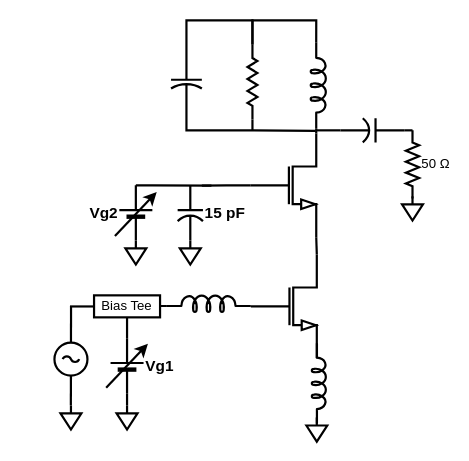
Before: LNA.drawio in vik-s/rftools, a draw.io diagram. Source tidied: cells renumbered, new cells numbered last; positions are measured from the earlier drawing's top-left corner, leaving out a move shared by most shapes. Both pictures are drawn from the tidied source at 110%, with x=0, y=0 at pixel (54, 20).
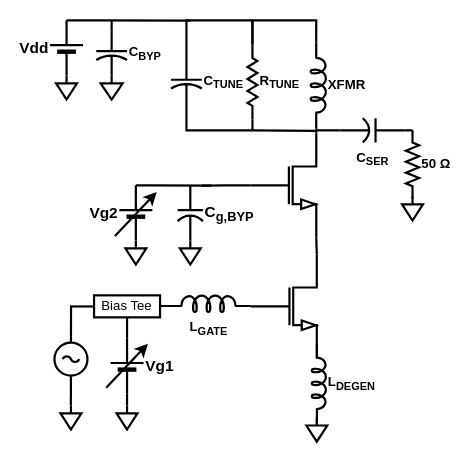
Above is the later version.

Diff of the diagram source:
```diff
@@
-    <mxCell id="7" style="verticalLabelPosition=bottom;shadow=0;dashed=0;align=center;fillColor=#ffffff;html=1;verticalAlign=top;strokeWidth=2;shape=mxgraph.electrical.inductors.inductor_5;direction=south;fontSize=12;" parent="1" vertex="1">
+    <mxCell id="7" value="&lt;b&gt;L&lt;sub&gt;DEGEN&lt;/sub&gt;&lt;/b&gt;" style="verticalLabelPosition=middle;shadow=0;dashed=0;align=left;fillColor=#ffffff;html=1;verticalAlign=middle;strokeWidth=2;shape=mxgraph.electrical.inductors.inductor_5;direction=south;fontSize=12;labelPosition=right;" parent="1" vertex="1">
       <mxGeometry x="234" y="293.5" width="13" height="73" as="geometry" />
     </mxCell>
@@
-    <mxCell id="9" style="verticalLabelPosition=bottom;shadow=0;dashed=0;align=center;fillColor=#ffffff;html=1;verticalAlign=top;strokeWidth=2;shape=mxgraph.electrical.inductors.inductor_5;direction=south;fontSize=12;" parent="1" vertex="1">
+    <mxCell id="9" value="XFMR" style="verticalLabelPosition=middle;shadow=0;dashed=0;align=left;fillColor=#ffffff;html=1;verticalAlign=middle;strokeWidth=2;shape=mxgraph.electrical.inductors.inductor_5;direction=south;fontSize=12;fontStyle=1;labelPosition=right;" parent="1" vertex="1">
       <mxGeometry x="233" y="20" width="14" height="78" as="geometry" />
     </mxCell>
@@
-    <mxCell id="12" style="verticalLabelPosition=bottom;shadow=0;dashed=0;align=center;fillColor=#ffffff;html=1;verticalAlign=top;strokeWidth=2;shape=mxgraph.electrical.resistors.resistor_2;direction=south;fontSize=12;" parent="1" vertex="1">
+    <mxCell id="12" value="&lt;b&gt;R&lt;sub&gt;TUNE&lt;/sub&gt;&lt;/b&gt;" style="verticalLabelPosition=middle;shadow=0;dashed=0;align=left;fillColor=#ffffff;html=1;verticalAlign=middle;strokeWidth=2;shape=mxgraph.electrical.resistors.resistor_2;direction=south;fontSize=12;labelPosition=right;" parent="1" vertex="1">
       <mxGeometry x="175.5" y="22" width="9" height="68" as="geometry" />
     </mxCell>
@@
-    <mxCell id="15" style="verticalLabelPosition=bottom;shadow=0;dashed=0;align=center;fillColor=#ffffff;html=1;verticalAlign=top;strokeWidth=2;shape=mxgraph.electrical.capacitors.capacitor_2;direction=south;fontSize=12;" parent="1" vertex="1">
+    <mxCell id="15" value="C&lt;sub&gt;TUNE&lt;/sub&gt;" style="verticalLabelPosition=middle;shadow=0;dashed=0;align=left;fillColor=#ffffff;html=1;verticalAlign=middle;strokeWidth=2;shape=mxgraph.electrical.capacitors.capacitor_2;direction=south;fontSize=12;labelPosition=right;fontStyle=1;" parent="1" vertex="1">
       <mxGeometry x="106" y="36" width="28" height="40" as="geometry" />
     </mxCell>
@@
-    <mxCell id="17" style="verticalLabelPosition=bottom;shadow=0;dashed=0;align=center;fillColor=#ffffff;html=1;verticalAlign=top;strokeWidth=2;shape=mxgraph.electrical.inductors.inductor_5;direction=east;fontSize=12;" parent="1" vertex="1">
+    <mxCell id="17" value="&lt;b&gt;L&lt;sub&gt;GATE&lt;/sub&gt;&lt;/b&gt;" style="verticalLabelPosition=bottom;shadow=0;dashed=0;align=center;fillColor=#ffffff;html=1;verticalAlign=top;strokeWidth=2;shape=mxgraph.electrical.inductors.inductor_5;direction=east;fontSize=12;" parent="1" vertex="1">
       <mxGeometry x="101.5" y="250" width="77" height="15" as="geometry" />
     </mxCell>
@@
-    <mxCell id="22" style="verticalLabelPosition=bottom;shadow=0;dashed=0;align=center;fillColor=#ffffff;html=1;verticalAlign=top;strokeWidth=2;shape=mxgraph.electrical.capacitors.capacitor_2;direction=west;fontSize=12;" parent="1" vertex="1">
+    <mxCell id="22" value="&lt;b&gt;C&lt;sub&gt;SER&lt;/sub&gt;&lt;/b&gt;" style="verticalLabelPosition=bottom;shadow=0;dashed=0;align=center;fillColor=#ffffff;html=1;verticalAlign=top;strokeWidth=2;shape=mxgraph.electrical.capacitors.capacitor_2;direction=west;fontSize=12;" parent="1" vertex="1">
       <mxGeometry x="260" y="89" width="58" height="22" as="geometry" />
     </mxCell>
-    <mxCell id="23" value="15 pF" style="verticalLabelPosition=middle;shadow=0;dashed=0;align=left;fillColor=#ffffff;html=1;verticalAlign=middle;strokeWidth=2;shape=mxgraph.electrical.capacitors.capacitor_2;direction=south;labelPosition=right;fontSize=14;fontStyle=1;" parent="1" vertex="1">
+    <mxCell id="23" value="C&lt;sub&gt;g,BYP&lt;/sub&gt;" style="verticalLabelPosition=middle;shadow=0;dashed=0;align=left;fillColor=#ffffff;html=1;verticalAlign=middle;strokeWidth=2;shape=mxgraph.electrical.capacitors.capacitor_2;direction=south;labelPosition=right;fontSize=14;fontStyle=1;" parent="1" vertex="1">
       <mxGeometry x="112" y="150" width="23" height="50" as="geometry" />
     </mxCell>
@@
-    <mxCell id="26" value="50 Ω" style="verticalLabelPosition=middle;shadow=0;dashed=0;align=left;fillColor=#ffffff;html=1;verticalAlign=middle;strokeWidth=2;shape=mxgraph.electrical.resistors.resistor_2;direction=south;labelPosition=right;fontSize=12;" parent="1" vertex="1">
+    <mxCell id="26" value="50 Ω" style="verticalLabelPosition=middle;shadow=0;dashed=0;align=left;fillColor=#ffffff;html=1;verticalAlign=middle;strokeWidth=2;shape=mxgraph.electrical.resistors.resistor_2;direction=south;labelPosition=right;fontSize=12;fontStyle=1;" parent="1" vertex="1">
       <mxGeometry x="319.5" y="100" width="12" height="62" as="geometry" />
     </mxCell>
@@
+    <mxCell id="41" style="edgeStyle=orthogonalEdgeStyle;rounded=0;jettySize=auto;html=1;exitX=1;exitY=0.5;exitDx=0;exitDy=0;exitPerimeter=0;endArrow=none;endFill=0;strokeWidth=2;fontSize=14;" parent="1" edge="1" source="42">
+      <mxGeometry relative="1" as="geometry">
+        <mxPoint x="124" y="0.3" as="targetPoint" />
+        <Array as="points">
+          <mxPoint x="44" />
+          <mxPoint x="44" />
+        </Array>
+      </mxGeometry>
+    </mxCell>
+    <mxCell id="42" value="Vdd" style="verticalLabelPosition=middle;shadow=0;dashed=0;align=right;fillColor=#000000;strokeColor=#000000;html=1;verticalAlign=middle;strokeWidth=2;shape=mxgraph.electrical.miscellaneous.monocell_battery;direction=north;fontSize=14;labelPosition=left;fontStyle=1;" parent="1" vertex="1">
+      <mxGeometry x="-4" width="30" height="50" as="geometry" />
+    </mxCell>
+    <mxCell id="43" style="verticalLabelPosition=bottom;shadow=0;dashed=0;align=center;fillColor=#ffffff;html=1;verticalAlign=top;strokeWidth=2;shape=mxgraph.electrical.signal_sources.signal_ground;fontSize=12;" parent="1" vertex="1">
+      <mxGeometry x="1.5" y="50" width="19" height="22" as="geometry" />
+    </mxCell>
+    <mxCell id="44" style="edgeStyle=orthogonalEdgeStyle;rounded=0;jettySize=auto;html=1;exitX=0;exitY=0.5;exitDx=0;exitDy=0;exitPerimeter=0;endArrow=none;endFill=0;strokeWidth=2;fontSize=14;" parent="1" edge="1" source="45">
+      <mxGeometry relative="1" as="geometry">
+        <mxPoint x="52" as="targetPoint" />
+      </mxGeometry>
+    </mxCell>
+    <mxCell id="45" value="&lt;b&gt;C&lt;sub&gt;BYP&lt;/sub&gt;&lt;/b&gt;" style="verticalLabelPosition=middle;shadow=0;dashed=0;align=left;fillColor=#ffffff;html=1;verticalAlign=middle;strokeWidth=2;shape=mxgraph.electrical.capacitors.capacitor_2;direction=south;fontSize=12;labelPosition=right;" parent="1" vertex="1">
+      <mxGeometry x="38" y="10" width="28" height="40" as="geometry" />
+    </mxCell>
+    <mxCell id="46" style="verticalLabelPosition=bottom;shadow=0;dashed=0;align=center;fillColor=#ffffff;html=1;verticalAlign=top;strokeWidth=2;shape=mxgraph.electrical.signal_sources.signal_ground;fontSize=12;" parent="1" vertex="1">
+      <mxGeometry x="42" y="50" width="20" height="22" as="geometry" />
+    </mxCell>
```
